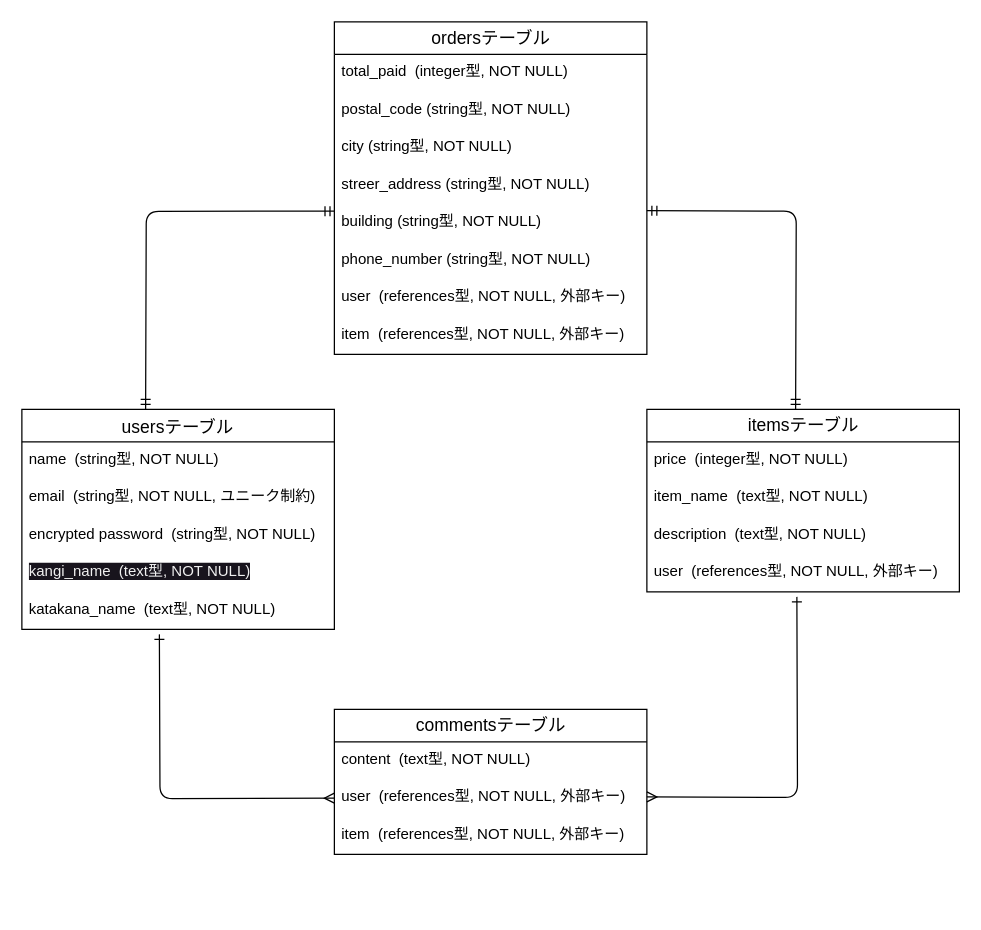
hiro501/furima-40384 keeps this draw.io diagram as ER_furima-40384.dio. Above is the earlier version. Source tidied: cells renumbered, new cells numbered last; positions are measured from the earlier drawing's top-left corner, leaving out a move shared by most shapes. Both pictures are drawn from the tidied source at 125%, with x=0, y=0 at pixel (21, 21).
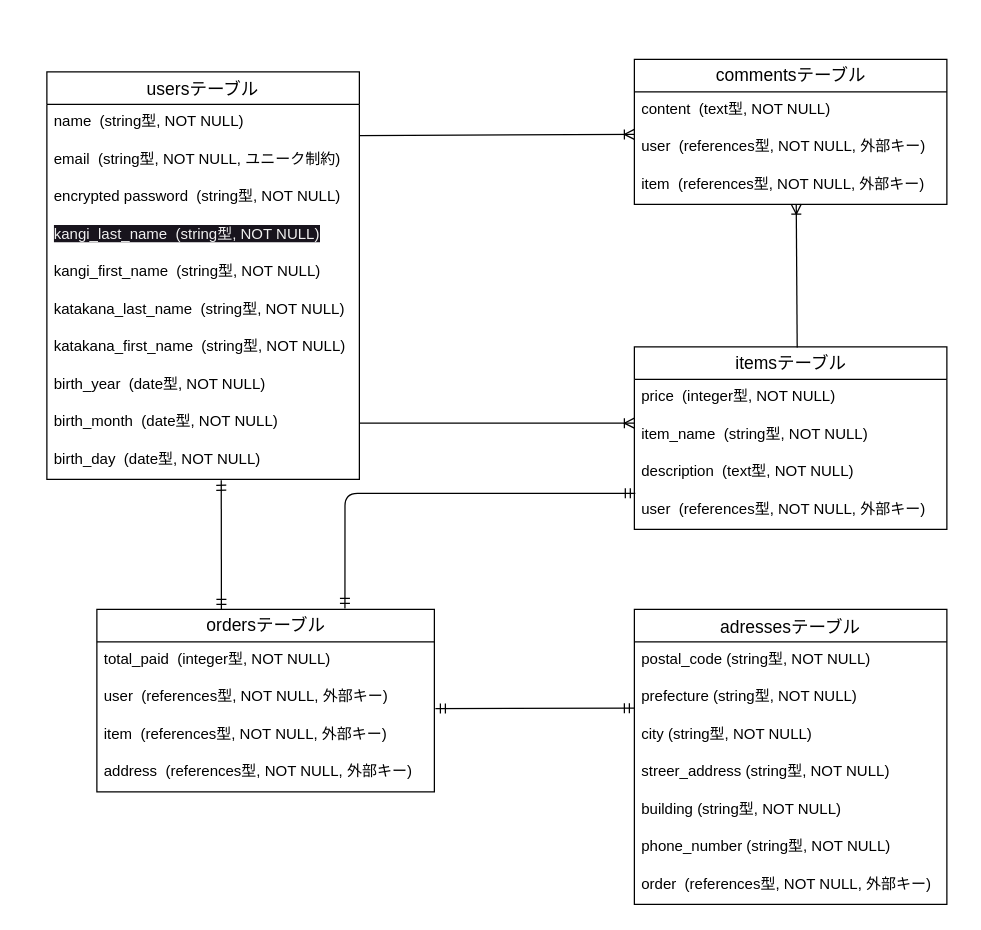
Above is the later version.

The change refers to these unchanged cells:
```xml
<mxCell id="3" value="name&amp;nbsp; (string型, NOT NULL)" style="text;strokeColor=none;fillColor=none;spacingLeft=4;spacingRight=4;overflow=hidden;points=[[0,0.5],[1,0.5]];portConstraint=eastwest;fontSize=12;labelBackgroundColor=default;html=1;whiteSpace=wrap;" parent="2" vertex="1">
  <mxGeometry y="26" width="250" height="30" as="geometry" />
</mxCell>
<mxCell id="11" value="description&amp;nbsp; (text型, NOT NULL)" style="text;strokeColor=none;fillColor=none;spacingLeft=4;spacingRight=4;overflow=hidden;points=[[0,0.5],[1,0.5]];portConstraint=eastwest;fontSize=12;labelBackgroundColor=default;html=1;" parent="8" vertex="1">
  <mxGeometry y="86" width="250" height="30" as="geometry" />
</mxCell>
<mxCell id="16" value="item&amp;nbsp; (references型, NOT NULL, 外部キー)" style="text;strokeColor=none;fillColor=none;spacingLeft=4;spacingRight=4;overflow=hidden;points=[[0,0.5],[1,0.5]];portConstraint=eastwest;fontSize=12;labelBackgroundColor=default;html=1;" parent="13" vertex="1">
  <mxGeometry y="86" width="250" height="30" as="geometry" />
</mxCell>
```

Change to the diagram source:
```diff
@@
     <mxCell id="2" value="usersテーブル" style="swimlane;fontStyle=0;horizontal=1;startSize=26;align=center;fontSize=14;" parent="1" vertex="1">
-      <mxGeometry y="310" width="250" height="176" as="geometry" />
+      <mxGeometry x="20" y="40" width="250" height="326" as="geometry" />
     </mxCell>
@@
-    <mxCell id="6" value="&lt;span style=&quot;color: rgb(240, 240, 240); font-family: Helvetica; font-size: 12px; font-style: normal; font-variant-ligatures: normal; font-variant-caps: normal; font-weight: 400; letter-spacing: normal; orphans: 2; text-align: left; text-indent: 0px; text-transform: none; widows: 2; word-spacing: 0px; -webkit-text-stroke-width: 0px; background-color: rgb(24, 20, 29); text-decoration-thickness: initial; text-decoration-style: initial; text-decoration-color: initial; float: none; display: inline !important;&quot;&gt;kangi_name&amp;nbsp; (text型, NOT NULL)&lt;/span&gt;" style="text;strokeColor=none;fillColor=none;spacingLeft=4;spacingRight=4;overflow=hidden;fontSize=12;labelBackgroundColor=default;html=1;" parent="2" vertex="1">
+    <mxCell id="6" value="&lt;span style=&quot;color: rgb(240, 240, 240); font-family: Helvetica; font-size: 12px; font-style: normal; font-variant-ligatures: normal; font-variant-caps: normal; font-weight: 400; letter-spacing: normal; orphans: 2; text-align: left; text-indent: 0px; text-transform: none; widows: 2; word-spacing: 0px; -webkit-text-stroke-width: 0px; background-color: rgb(24, 20, 29); text-decoration-thickness: initial; text-decoration-style: initial; text-decoration-color: initial; float: none; display: inline !important;&quot;&gt;kangi_last_name&amp;nbsp; (string型, NOT NULL)&lt;/span&gt;" style="text;strokeColor=none;fillColor=none;spacingLeft=4;spacingRight=4;overflow=hidden;fontSize=12;labelBackgroundColor=default;html=1;" parent="2" vertex="1">
       <mxGeometry y="116" width="250" height="30" as="geometry" />
     </mxCell>
+    <mxCell id="30" value="kangi_first_name  (string型, NOT NULL)" style="text;strokeColor=none;fillColor=none;spacingLeft=4;spacingRight=4;overflow=hidden;fontSize=12;" parent="2" vertex="1">
+      <mxGeometry y="146" width="250" height="30" as="geometry" />
+    </mxCell>
-    <mxCell id="7" value="katakana_name&amp;nbsp; (text型, NOT NULL)" style="text;strokeColor=none;fillColor=none;spacingLeft=4;spacingRight=4;overflow=hidden;fontSize=12;labelBackgroundColor=default;html=1;" parent="2" vertex="1">
-      <mxGeometry y="146" width="250" height="30" as="geometry" />
+    <mxCell id="7" value="katakana_last_name&amp;nbsp; (string型, NOT NULL)" style="text;strokeColor=none;fillColor=none;spacingLeft=4;spacingRight=4;overflow=hidden;fontSize=12;labelBackgroundColor=default;html=1;" parent="2" vertex="1">
+      <mxGeometry y="176" width="250" height="30" as="geometry" />
     </mxCell>
+    <mxCell id="31" value="katakana_first_name  (string型, NOT NULL)" style="text;strokeColor=none;fillColor=none;spacingLeft=4;spacingRight=4;overflow=hidden;fontSize=12;" parent="2" vertex="1">
+      <mxGeometry y="206" width="250" height="30" as="geometry" />
+    </mxCell>
+    <mxCell id="32" value="birth_year  (date型, NOT NULL)" style="text;strokeColor=none;fillColor=none;spacingLeft=4;spacingRight=4;overflow=hidden;fontSize=12;" parent="2" vertex="1">
+      <mxGeometry y="236" width="250" height="30" as="geometry" />
+    </mxCell>
+    <mxCell id="33" value="birth_month  (date型, NOT NULL)" style="text;strokeColor=none;fillColor=none;spacingLeft=4;spacingRight=4;overflow=hidden;fontSize=12;" parent="2" vertex="1">
+      <mxGeometry y="266" width="250" height="30" as="geometry" />
+    </mxCell>
+    <mxCell id="34" value="birth_day  (date型, NOT NULL)" style="text;strokeColor=none;fillColor=none;spacingLeft=4;spacingRight=4;overflow=hidden;points=[[0,0.5],[1,0.5]];portConstraint=eastwest;fontSize=12;" parent="2" vertex="1">
+      <mxGeometry y="296" width="250" height="30" as="geometry" />
+    </mxCell>
     <mxCell id="8" value="itemsテーブル" style="swimlane;fontStyle=0;horizontal=1;startSize=26;align=center;fontSize=14;labelBackgroundColor=default;html=1;" parent="1" vertex="1">
-      <mxGeometry x="500" y="310" width="250" height="146" as="geometry" />
+      <mxGeometry x="490" y="260" width="250" height="146" as="geometry" />
     </mxCell>
@@
-    <mxCell id="10" value="item_name&amp;nbsp; (text型, NOT NULL)" style="text;strokeColor=none;fillColor=none;spacingLeft=4;spacingRight=4;overflow=hidden;fontSize=12;labelBackgroundColor=default;html=1;" parent="8" vertex="1">
+    <mxCell id="10" value="item_name&amp;nbsp; (string型, NOT NULL)" style="text;strokeColor=none;fillColor=none;spacingLeft=4;spacingRight=4;overflow=hidden;fontSize=12;labelBackgroundColor=default;html=1;" parent="8" vertex="1">
       <mxGeometry y="56" width="250" height="30" as="geometry" />
     </mxCell>
@@
     <mxCell id="13" value="commentsテーブル" style="swimlane;fontStyle=0;horizontal=1;startSize=26;align=center;fontSize=14;labelBackgroundColor=default;html=1;" parent="1" vertex="1">
-      <mxGeometry x="250" y="550" width="250" height="116" as="geometry" />
+      <mxGeometry x="490" y="30" width="250" height="116" as="geometry" />
     </mxCell>
@@
     <mxCell id="17" value="ordersテーブル" style="swimlane;fontStyle=0;horizontal=1;startSize=26;align=center;fontSize=14;labelBackgroundColor=default;html=1;" parent="1" vertex="1">
-      <mxGeometry x="250" width="250" height="266" as="geometry" />
+      <mxGeometry x="60" y="470" width="270" height="146" as="geometry" />
     </mxCell>
     <mxCell id="18" value="total_paid&amp;nbsp; (integer型, NOT NULL)" style="text;strokeColor=none;fillColor=none;spacingLeft=4;spacingRight=4;overflow=hidden;fontSize=12;labelBackgroundColor=default;html=1;" parent="17" vertex="1">
-      <mxGeometry y="26" width="250" height="30" as="geometry" />
+      <mxGeometry y="26" width="270" height="30" as="geometry" />
     </mxCell>
+    <mxCell id="24" value="user&amp;nbsp; (references型, NOT NULL, 外部キー)" style="text;strokeColor=none;fillColor=none;spacingLeft=4;spacingRight=4;overflow=hidden;points=[[0,0.5],[1,0.5]];portConstraint=eastwest;fontSize=12;labelBackgroundColor=default;html=1;" parent="17" vertex="1">
+      <mxGeometry y="56" width="270" height="30" as="geometry" />
+    </mxCell>
+    <mxCell id="25" value="item&amp;nbsp; (references型, NOT NULL, 外部キー)" style="text;strokeColor=none;fillColor=none;spacingLeft=4;spacingRight=4;overflow=hidden;fontSize=12;labelBackgroundColor=default;html=1;" parent="17" vertex="1">
+      <mxGeometry y="86" width="270" height="30" as="geometry" />
+    </mxCell>
+    <mxCell id="35" value="address  (references型, NOT NULL, 外部キー)" style="text;strokeColor=none;fillColor=none;spacingLeft=4;spacingRight=4;overflow=hidden;fontSize=12;" parent="17" vertex="1">
+      <mxGeometry y="116" width="270" height="30" as="geometry" />
+    </mxCell>
+    <mxCell id="36" value="adressesテーブル" style="swimlane;fontStyle=0;horizontal=1;startSize=26;align=center;fontSize=14;" parent="1" vertex="1">
+      <mxGeometry x="490" y="470" width="250" height="236" as="geometry" />
+    </mxCell>
-    <mxCell id="19" value="postal_code (string型, NOT NULL)" style="text;strokeColor=none;fillColor=none;spacingLeft=4;spacingRight=4;overflow=hidden;fontSize=12;labelBackgroundColor=default;html=1;" parent="17" vertex="1">
-      <mxGeometry y="56" width="250" height="30" as="geometry" />
+    <mxCell id="19" value="postal_code (string型, NOT NULL)" style="text;strokeColor=none;fillColor=none;spacingLeft=4;spacingRight=4;overflow=hidden;fontSize=12;" parent="36" vertex="1">
+      <mxGeometry y="26" width="250" height="30" as="geometry" />
     </mxCell>
+    <mxCell id="37" value="prefecture (string型, NOT NULL)" style="text;strokeColor=none;fillColor=none;spacingLeft=4;spacingRight=4;overflow=hidden;fontSize=12;" parent="36" vertex="1">
+      <mxGeometry y="56" width="250" height="30" as="geometry" />
+    </mxCell>
-    <mxCell id="20" value="city (string型, NOT NULL)" style="text;strokeColor=none;fillColor=none;spacingLeft=4;spacingRight=4;overflow=hidden;fontSize=12;labelBackgroundColor=default;html=1;" parent="17" vertex="1">
+    <mxCell id="20" value="city (string型, NOT NULL)" style="text;strokeColor=none;fillColor=none;spacingLeft=4;spacingRight=4;overflow=hidden;fontSize=12;" parent="36" vertex="1">
       <mxGeometry y="86" width="250" height="30" as="geometry" />
     </mxCell>
-    <mxCell id="21" value="streer_address (string型, NOT NULL)" style="text;strokeColor=none;fillColor=none;spacingLeft=4;spacingRight=4;overflow=hidden;fontSize=12;labelBackgroundColor=default;html=1;" parent="17" vertex="1">
+    <mxCell id="21" value="streer_address (string型, NOT NULL)" style="text;strokeColor=none;fillColor=none;spacingLeft=4;spacingRight=4;overflow=hidden;fontSize=12;" parent="36" vertex="1">
       <mxGeometry y="116" width="250" height="30" as="geometry" />
     </mxCell>
-    <mxCell id="22" value="building (string型, NOT NULL)" style="text;strokeColor=none;fillColor=none;spacingLeft=4;spacingRight=4;overflow=hidden;points=[[0,0.5],[1,0.5]];portConstraint=eastwest;fontSize=12;labelBackgroundColor=default;html=1;" parent="17" vertex="1">
+    <mxCell id="22" value="building (string型, NOT NULL)" style="text;strokeColor=none;fillColor=none;spacingLeft=4;spacingRight=4;overflow=hidden;points=[[0,0.5],[1,0.5]];portConstraint=eastwest;fontSize=12;" parent="36" vertex="1">
       <mxGeometry y="146" width="250" height="30" as="geometry" />
     </mxCell>
-    <mxCell id="23" value="phone_number (string型, NOT NULL)" style="text;strokeColor=none;fillColor=none;spacingLeft=4;spacingRight=4;overflow=hidden;fontSize=12;labelBackgroundColor=default;html=1;" parent="17" vertex="1">
+    <mxCell id="23" value="phone_number (string型, NOT NULL)" style="text;strokeColor=none;fillColor=none;spacingLeft=4;spacingRight=4;overflow=hidden;fontSize=12;" parent="36" vertex="1">
       <mxGeometry y="176" width="250" height="30" as="geometry" />
     </mxCell>
-    <mxCell id="24" value="user&amp;nbsp; (references型, NOT NULL, 外部キー)" style="text;strokeColor=none;fillColor=none;spacingLeft=4;spacingRight=4;overflow=hidden;points=[[0,0.5],[1,0.5]];portConstraint=eastwest;fontSize=12;labelBackgroundColor=default;html=1;" parent="17" vertex="1">
-      <mxGeometry y="206" width="250" height="30" as="geometry" />
-    </mxCell>
-    <mxCell id="25" value="item&amp;nbsp; (references型, NOT NULL, 外部キー)" style="text;strokeColor=none;fillColor=none;spacingLeft=4;spacingRight=4;overflow=hidden;fontSize=12;labelBackgroundColor=default;html=1;" parent="17" vertex="1">
-      <mxGeometry y="236" width="250" height="30" as="geometry" />
-    </mxCell>
-    <mxCell id="26" style="edgeStyle=orthogonalEdgeStyle;fontSize=12;html=1;endArrow=ERone;startArrow=ERmany;endFill=0;" parent="1" edge="1">
-      <mxGeometry relative="1" as="geometry">
-        <mxPoint x="250" y="621" as="sourcePoint" />
-        <mxPoint x="110" y="490" as="targetPoint" />
-      </mxGeometry>
-    </mxCell>
-    <mxCell id="27" style="edgeStyle=orthogonalEdgeStyle;fontSize=12;html=1;endArrow=ERone;startArrow=ERmany;endFill=0;" parent="1" edge="1">
-      <mxGeometry relative="1" as="geometry">
-        <mxPoint x="500" y="620" as="sourcePoint" />
-        <mxPoint x="620" y="460" as="targetPoint" />
-      </mxGeometry>
-    </mxCell>
-    <mxCell id="28" style="edgeStyle=orthogonalEdgeStyle;fontSize=12;html=1;endArrow=ERmandOne;startArrow=ERmandOne;" parent="1" edge="1">
-      <mxGeometry relative="1" as="geometry">
-        <mxPoint x="500" y="151" as="sourcePoint" />
-        <mxPoint x="619" y="310" as="targetPoint" />
-      </mxGeometry>
-    </mxCell>
-    <mxCell id="29" style="edgeStyle=orthogonalEdgeStyle;fontSize=12;html=1;endArrow=ERmandOne;startArrow=ERmandOne;exitX=0.002;exitY=0.183;exitDx=0;exitDy=0;exitPerimeter=0;" parent="1" edge="1" source="22">
-      <mxGeometry relative="1" as="geometry">
-        <mxPoint x="99" y="310" as="targetPoint" />
-      </mxGeometry>
-    </mxCell>
+    <mxCell id="38" value="order  (references型, NOT NULL, 外部キー)" style="text;strokeColor=none;fillColor=none;spacingLeft=4;spacingRight=4;overflow=hidden;fontSize=12;" parent="36" vertex="1">
+      <mxGeometry y="206" width="250" height="30" as="geometry" />
+    </mxCell>
+    <mxCell id="39" style="fontSize=12;html=1;endArrow=ERoneToMany;exitX=0.999;exitY=0.835;exitDx=0;exitDy=0;exitPerimeter=0;" parent="1" edge="1" source="3">
+      <mxGeometry relative="1" as="geometry">
+        <mxPoint x="490" y="90" as="targetPoint" />
+      </mxGeometry>
+    </mxCell>
+    <mxCell id="40" style="fontSize=12;html=1;endArrow=ERoneToMany;exitX=0.521;exitY=0.004;exitDx=0;exitDy=0;exitPerimeter=0;entryX=0.518;entryY=0.994;entryDx=0;entryDy=0;entryPerimeter=0;" parent="1" edge="1" source="8" target="16">
+      <mxGeometry relative="1" as="geometry" />
+    </mxCell>
+    <mxCell id="41" style="fontSize=12;html=1;endArrow=ERoneToMany;" parent="1" edge="1">
+      <mxGeometry relative="1" as="geometry">
+        <mxPoint x="270" y="321" as="sourcePoint" />
+        <mxPoint x="490" y="321" as="targetPoint" />
+      </mxGeometry>
+    </mxCell>
+    <mxCell id="42" style="fontSize=12;html=1;endArrow=ERmandOne;startArrow=ERmandOne;entryX=0.558;entryY=1.023;entryDx=0;entryDy=0;entryPerimeter=0;exitX=0.369;exitY=0;exitDx=0;exitDy=0;exitPerimeter=0;" parent="1" edge="1" source="17" target="34">
+      <mxGeometry relative="1" as="geometry" />
+    </mxCell>
+    <mxCell id="43" style="edgeStyle=orthogonalEdgeStyle;fontSize=12;html=1;endArrow=ERmandOne;startArrow=ERmandOne;entryX=0.003;entryY=1.038;entryDx=0;entryDy=0;entryPerimeter=0;exitX=0.735;exitY=-0.005;exitDx=0;exitDy=0;exitPerimeter=0;" parent="1" edge="1" source="17" target="11">
+      <mxGeometry relative="1" as="geometry" />
+    </mxCell>
+    <mxCell id="44" style="fontSize=12;html=1;endArrow=ERmandOne;startArrow=ERmandOne;exitX=1.003;exitY=0.777;exitDx=0;exitDy=0;exitPerimeter=0;" parent="1" edge="1" source="24">
+      <mxGeometry relative="1" as="geometry">
+        <mxPoint x="490" y="549" as="targetPoint" />
+      </mxGeometry>
+    </mxCell>
```
